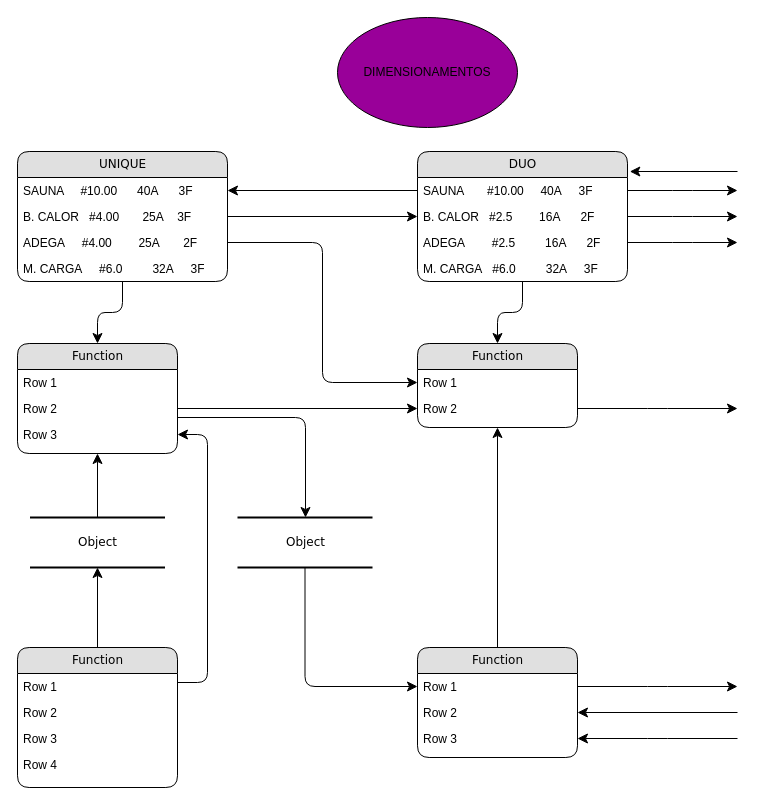
LuizGarcia22/firsttimedream keeps this draw.io diagram as Dimensionamentos.drawio. Above is the earlier version. Source tidied: cells renumbered, new cells numbered last; positions are measured from the earlier drawing's top-left corner, leaving out a move shared by most shapes. Both pictures are drawn from the tidied source at 100%, with x=0, y=0 at pixel (17, 17).
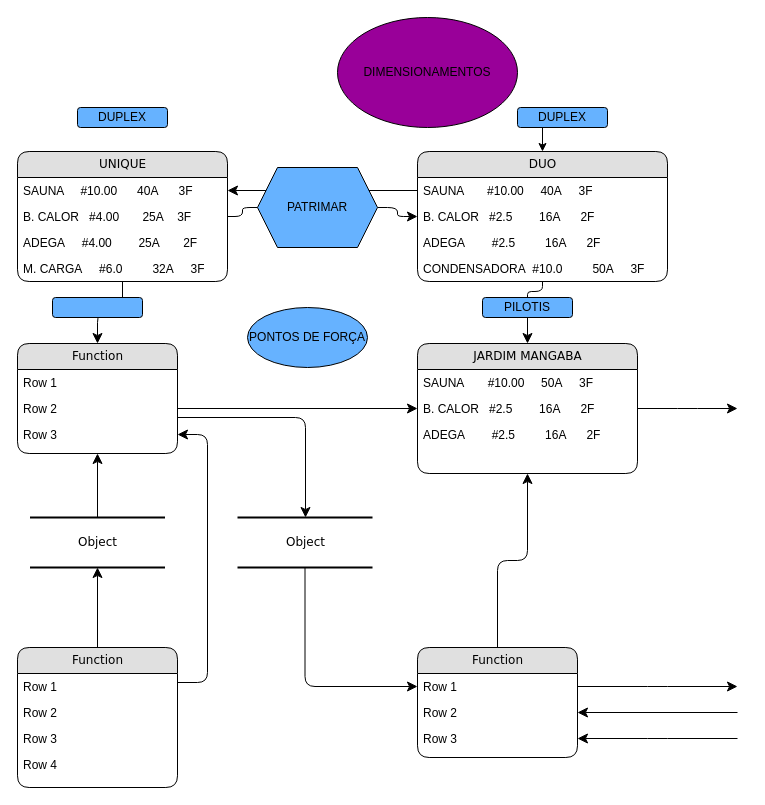
Above is the later version.

The change refers to these unchanged cells:
```xml
<mxCell id="10" value="B. CALOR&lt;span style=&quot;white-space: pre;&quot;&gt; &lt;span style=&quot;white-space: pre;&quot;&gt; &lt;/span&gt; &lt;/span&gt;#4.00&amp;nbsp; &amp;nbsp;&lt;span style=&quot;white-space: pre;&quot;&gt; &lt;/span&gt;&amp;nbsp; &amp;nbsp;25A&amp;nbsp;&lt;span style=&quot;white-space: pre;&quot;&gt;  &lt;span style=&quot;white-space: pre;&quot;&gt; &lt;/span&gt;&lt;/span&gt;3F" style="text;html=1;strokeColor=none;fillColor=none;spacingLeft=4;spacingRight=4;whiteSpace=wrap;overflow=hidden;points=[[0,0.5],[1,0.5]];portConstraint=eastwest;fontColor=#000000;" parent="8" vertex="1">
  <mxGeometry y="52" width="210" height="26" as="geometry" />
</mxCell>
<mxCell id="11" value="ADEGA&amp;nbsp;&lt;span style=&quot;white-space: pre;&quot;&gt; &lt;span style=&quot;white-space: pre;&quot;&gt; &lt;/span&gt;&lt;span style=&quot;white-space: pre;&quot;&gt; &lt;/span&gt;&lt;/span&gt;&lt;span style=&quot;white-space: pre;&quot;&gt; &lt;/span&gt;#4.00&amp;nbsp; &amp;nbsp; &amp;nbsp; &amp;nbsp; 25A&amp;nbsp; &amp;nbsp; &amp;nbsp; &amp;nbsp;2F" style="text;html=1;strokeColor=none;fillColor=none;spacingLeft=4;spacingRight=4;whiteSpace=wrap;overflow=hidden;points=[[0,0.5],[1,0.5]];portConstraint=eastwest;fontColor=#000000;" parent="8" vertex="1">
  <mxGeometry y="78" width="210" height="26" as="geometry" />
</mxCell>
```

Change to the diagram source:
```diff
@@
     <mxCell id="3" value="DUO" style="swimlane;html=1;fontStyle=0;horizontal=1;startSize=26;fillColor=#e0e0e0;swimlaneFillColor=#ffffff;align=center;rounded=1;shadow=0;comic=0;labelBackgroundColor=none;strokeWidth=1;fontFamily=Verdana;fontSize=12;fontColor=#000000;" parent="1" vertex="1">
-      <mxGeometry x="400" y="134" width="210" height="130" as="geometry" />
+      <mxGeometry x="400" y="134" width="250" height="130" as="geometry" />
     </mxCell>
     <mxCell id="4" value="SAUNA&lt;span style=&quot;&quot;&gt; &lt;/span&gt;&amp;nbsp; &amp;nbsp; &amp;nbsp;&lt;span style=&quot;&quot;&gt;&amp;nbsp;&lt;/span&gt;#10.00&amp;nbsp; &amp;nbsp; &amp;nbsp;40A&amp;nbsp;&lt;span style=&quot;white-space: pre;&quot;&gt; &lt;/span&gt;&amp;nbsp;&amp;nbsp;&lt;span style=&quot;&quot;&gt; &lt;/span&gt;3F" style="text;html=1;strokeColor=none;fillColor=none;spacingLeft=4;spacingRight=4;whiteSpace=wrap;overflow=hidden;points=[[0,0.5],[1,0.5]];portConstraint=eastwest;fontColor=#000000;" parent="3" vertex="1">
-      <mxGeometry y="26" width="210" height="26" as="geometry" />
+      <mxGeometry y="26" width="250" height="26" as="geometry" />
     </mxCell>
     <mxCell id="5" value="B. CALOR&amp;nbsp; &amp;nbsp;#2.5&amp;nbsp; &amp;nbsp; &amp;nbsp; &amp;nbsp; 16A&lt;span style=&quot;&quot;&gt;&amp;nbsp; &amp;nbsp; &amp;nbsp; 2&lt;/span&gt;F" style="text;html=1;strokeColor=none;fillColor=none;spacingLeft=4;spacingRight=4;whiteSpace=wrap;overflow=hidden;points=[[0,0.5],[1,0.5]];portConstraint=eastwest;fontColor=#000000;" parent="3" vertex="1">
-      <mxGeometry y="52" width="210" height="26" as="geometry" />
+      <mxGeometry y="52" width="250" height="26" as="geometry" />
     </mxCell>
     <mxCell id="6" value="ADEGA&amp;nbsp;&lt;span style=&quot;&quot;&gt;&amp;nbsp; &amp;nbsp; &amp;nbsp; &amp;nbsp;&lt;/span&gt;&lt;span style=&quot;&quot;&gt;&lt;/span&gt;#2.5&amp;nbsp; &amp;nbsp; &amp;nbsp; &amp;nbsp; &amp;nbsp;16A&amp;nbsp; &amp;nbsp; &amp;nbsp; 2F" style="text;html=1;strokeColor=none;fillColor=none;spacingLeft=4;spacingRight=4;whiteSpace=wrap;overflow=hidden;points=[[0,0.5],[1,0.5]];portConstraint=eastwest;fontColor=#000000;" parent="3" vertex="1">
-      <mxGeometry y="78" width="210" height="26" as="geometry" />
+      <mxGeometry y="78" width="250" height="26" as="geometry" />
     </mxCell>
-    <mxCell id="7" value="M. CARGA&amp;nbsp;&amp;nbsp;&lt;span style=&quot;&quot;&gt; &lt;/span&gt;#6.0&amp;nbsp; &amp;nbsp; &amp;nbsp; &amp;nbsp; &amp;nbsp;32A&amp;nbsp; &amp;nbsp; &amp;nbsp;3F" style="text;html=1;strokeColor=none;fillColor=none;spacingLeft=4;spacingRight=4;whiteSpace=wrap;overflow=hidden;fontColor=#000000;" parent="3" vertex="1">
-      <mxGeometry y="104" width="210" height="26" as="geometry" />
+    <mxCell id="7" value="CONDENSADORA&amp;nbsp;&lt;span style=&quot;&quot;&gt; &lt;/span&gt;#10.0&amp;nbsp; &amp;nbsp; &amp;nbsp; &amp;nbsp; &amp;nbsp;50A&amp;nbsp; &amp;nbsp; &amp;nbsp;3F" style="text;html=1;strokeColor=none;fillColor=none;spacingLeft=4;spacingRight=4;whiteSpace=wrap;overflow=hidden;fontColor=#000000;" parent="3" vertex="1">
+      <mxGeometry y="104" width="250" height="26" as="geometry" />
     </mxCell>
@@
-    <mxCell id="22" value="Function" style="swimlane;html=1;fontStyle=0;horizontal=1;startSize=26;fillColor=#e0e0e0;swimlaneFillColor=#ffffff;align=center;rounded=1;shadow=0;comic=0;labelBackgroundColor=none;strokeWidth=1;fontFamily=Verdana;fontSize=12;fontColor=#000000;" parent="1" vertex="1">
-      <mxGeometry x="400" y="326" width="160" height="84" as="geometry" />
+    <mxCell id="22" value="JARDIM MANGABA" style="swimlane;html=1;fontStyle=0;horizontal=1;startSize=26;fillColor=#e0e0e0;swimlaneFillColor=#ffffff;align=center;rounded=1;shadow=0;comic=0;labelBackgroundColor=none;strokeWidth=1;fontFamily=Verdana;fontSize=12;fontColor=#000000;" parent="1" vertex="1">
+      <mxGeometry x="400" y="326" width="220" height="130" as="geometry" />
     </mxCell>
-    <mxCell id="23" value="Row 1" style="text;html=1;strokeColor=none;fillColor=none;spacingLeft=4;spacingRight=4;whiteSpace=wrap;overflow=hidden;points=[[0,0.5],[1,0.5]];portConstraint=eastwest;fontColor=#000000;" parent="22" vertex="1">
-      <mxGeometry y="26" width="160" height="26" as="geometry" />
+    <mxCell id="23" value="SAUNA&amp;nbsp;&amp;nbsp; &amp;nbsp; &amp;nbsp;&amp;nbsp;#10.00&amp;nbsp; &amp;nbsp; &amp;nbsp;50A&amp;nbsp;&lt;span style=&quot;&quot;&gt; &lt;/span&gt;&amp;nbsp;&amp;nbsp;&amp;nbsp;3F" style="text;html=1;strokeColor=none;fillColor=none;spacingLeft=4;spacingRight=4;whiteSpace=wrap;overflow=hidden;points=[[0,0.5],[1,0.5]];portConstraint=eastwest;fontColor=#000000;" parent="22" vertex="1">
+      <mxGeometry y="26" width="220" height="26" as="geometry" />
     </mxCell>
-    <mxCell id="24" value="Row 2" style="text;html=1;strokeColor=none;fillColor=none;spacingLeft=4;spacingRight=4;whiteSpace=wrap;overflow=hidden;points=[[0,0.5],[1,0.5]];portConstraint=eastwest;fontColor=#000000;" parent="22" vertex="1">
-      <mxGeometry y="52" width="160" height="26" as="geometry" />
+    <mxCell id="24" value="B. CALOR&amp;nbsp; &amp;nbsp;#2.5&amp;nbsp; &amp;nbsp; &amp;nbsp; &amp;nbsp; 16A&amp;nbsp; &amp;nbsp; &amp;nbsp; 2F" style="text;html=1;strokeColor=none;fillColor=none;spacingLeft=4;spacingRight=4;whiteSpace=wrap;overflow=hidden;points=[[0,0.5],[1,0.5]];portConstraint=eastwest;fontColor=#000000;" parent="22" vertex="1">
+      <mxGeometry y="52" width="220" height="26" as="geometry" />
     </mxCell>
+    <mxCell id="51" value="ADEGA&amp;nbsp;&amp;nbsp; &amp;nbsp; &amp;nbsp; &amp;nbsp;#2.5&amp;nbsp; &amp;nbsp; &amp;nbsp; &amp;nbsp; &amp;nbsp;16A&amp;nbsp; &amp;nbsp; &amp;nbsp; 2F" style="text;html=1;strokeColor=none;fillColor=none;spacingLeft=4;spacingRight=4;whiteSpace=wrap;overflow=hidden;fontColor=#000000;" parent="22" vertex="1">
+      <mxGeometry y="78" width="220" height="26" as="geometry" />
+    </mxCell>
@@
-    <mxCell id="37" style="edgeStyle=orthogonalEdgeStyle;html=1;labelBackgroundColor=none;startFill=0;startSize=8;endFill=1;endSize=8;fontFamily=Verdana;fontSize=12;fontColor=#000000;" parent="1" edge="1" source="3" target="22">
+    <mxCell id="37" style="edgeStyle=orthogonalEdgeStyle;html=1;labelBackgroundColor=none;startFill=0;startSize=8;endFill=1;endSize=8;fontFamily=Verdana;fontSize=12;fontColor=#000000;startArrow=none;" parent="1" edge="1" source="55" target="22">
       <mxGeometry relative="1" as="geometry" />
     </mxCell>
-    <mxCell id="38" style="edgeStyle=orthogonalEdgeStyle;html=1;entryX=0;entryY=0.5;labelBackgroundColor=none;startFill=0;startSize=8;endFill=1;endSize=8;fontFamily=Verdana;fontSize=12;exitX=1;exitY=0.5;fontColor=#000000;" parent="1" edge="1" source="10" target="5">
+    <mxCell id="38" style="edgeStyle=orthogonalEdgeStyle;html=1;entryX=0;entryY=0.5;labelBackgroundColor=none;startFill=0;startSize=8;endFill=1;endSize=8;fontFamily=Verdana;fontSize=12;exitX=1;exitY=0.5;fontColor=#000000;startArrow=none;" parent="1" edge="1" source="52" target="5">
       <mxGeometry relative="1" as="geometry" />
     </mxCell>
@@
-    <mxCell id="40" style="edgeStyle=orthogonalEdgeStyle;html=1;exitX=1;exitY=0.5;entryX=0;entryY=0.5;labelBackgroundColor=none;startFill=0;startSize=8;endFill=1;endSize=8;fontFamily=Verdana;fontSize=12;fontColor=#000000;" parent="1" edge="1" source="11" target="23">
-      <mxGeometry relative="1" as="geometry" />
-    </mxCell>
@@
-    <mxCell id="46" style="edgeStyle=orthogonalEdgeStyle;html=1;exitX=1;exitY=0.5;labelBackgroundColor=none;startFill=0;startSize=8;endFill=1;endSize=8;fontFamily=Verdana;fontSize=12;fontColor=#000000;" parent="1" edge="1" source="4">
-      <mxGeometry relative="1" as="geometry">
-        <mxPoint x="720" y="173" as="targetPoint" />
-      </mxGeometry>
-    </mxCell>
-    <mxCell id="47" style="edgeStyle=orthogonalEdgeStyle;html=1;exitX=1;exitY=0.5;labelBackgroundColor=none;startFill=0;startSize=8;endFill=1;endSize=8;fontFamily=Verdana;fontSize=12;fontColor=#000000;" parent="1" edge="1" source="5">
-      <mxGeometry relative="1" as="geometry">
-        <mxPoint x="720" y="199" as="targetPoint" />
-      </mxGeometry>
-    </mxCell>
-    <mxCell id="48" style="edgeStyle=orthogonalEdgeStyle;html=1;exitX=1;exitY=0.5;labelBackgroundColor=none;startFill=0;startSize=8;endFill=1;endSize=8;fontFamily=Verdana;fontSize=12;fontColor=#000000;" parent="1" edge="1" source="6">
-      <mxGeometry relative="1" as="geometry">
-        <mxPoint x="720" y="225" as="targetPoint" />
-      </mxGeometry>
-    </mxCell>
-    <mxCell id="49" style="edgeStyle=elbowEdgeStyle;html=1;labelBackgroundColor=none;startFill=0;startSize=8;endFill=1;endSize=8;fontFamily=Verdana;fontSize=12;elbow=vertical;entryX=1.011;entryY=0.152;entryPerimeter=0;fontColor=#000000;" parent="1" edge="1" target="3">
-      <mxGeometry relative="1" as="geometry">
-        <mxPoint x="720" y="154" as="sourcePoint" />
-        <Array as="points">
-          <mxPoint x="650" y="154" />
-        </Array>
-      </mxGeometry>
-    </mxCell>
@@
+    <mxCell id="52" value="PATRIMAR" style="shape=hexagon;perimeter=hexagonPerimeter2;whiteSpace=wrap;html=1;fixedSize=1;fontColor=#000000;fillColor=#66B2FF;" parent="1" vertex="1">
+      <mxGeometry x="240" y="150" width="120" height="80" as="geometry" />
+    </mxCell>
+    <mxCell id="53" style="edgeStyle=orthogonalEdgeStyle;html=1;entryX=0;entryY=0.5;labelBackgroundColor=none;startFill=0;startSize=8;endFill=1;endSize=8;fontFamily=Verdana;fontSize=12;exitX=1;exitY=0.5;fontColor=#000000;endArrow=none;" parent="1" edge="1" source="10" target="52">
+      <mxGeometry relative="1" as="geometry" />
+    </mxCell>
+    <mxCell id="54" style="rounded=1;whiteSpace=wrap;html=1;fontColor=#000000;fillColor=#66B2FF;" parent="1" vertex="1">
+      <mxGeometry x="35" y="280" width="90" height="20" as="geometry" />
+    </mxCell>
+    <mxCell id="55" value="PILOTIS" style="rounded=1;whiteSpace=wrap;html=1;fontColor=#000000;fillColor=#66B2FF;" parent="1" vertex="1">
+      <mxGeometry x="465" y="280" width="90" height="20" as="geometry" />
+    </mxCell>
+    <mxCell id="56" style="edgeStyle=orthogonalEdgeStyle;html=1;labelBackgroundColor=none;startFill=0;startSize=8;endFill=1;endSize=8;fontFamily=Verdana;fontSize=12;fontColor=#000000;endArrow=none;" parent="1" edge="1" source="3" target="55">
+      <mxGeometry relative="1" as="geometry" />
+    </mxCell>
+    <mxCell id="57" style="edgeStyle=orthogonalEdgeStyle;rounded=0;jettySize=auto;html=1;exitX=0.5;exitY=1;exitDx=0;exitDy=0;entryX=0.5;entryY=0;entryDx=0;entryDy=0;fontColor=#000000;" parent="1" edge="1" source="58" target="3">
+      <mxGeometry relative="1" as="geometry" />
+    </mxCell>
+    <mxCell id="58" value="DUPLEX" style="rounded=1;whiteSpace=wrap;html=1;fontColor=#000000;fillColor=#66B2FF;" parent="1" vertex="1">
+      <mxGeometry x="500" y="90" width="90" height="20" as="geometry" />
+    </mxCell>
+    <mxCell id="59" value="DUPLEX" style="rounded=1;whiteSpace=wrap;html=1;fontColor=#000000;fillColor=#66B2FF;" parent="1" vertex="1">
+      <mxGeometry x="60" y="90" width="90" height="20" as="geometry" />
+    </mxCell>
+    <mxCell id="60" value="PONTOS DE FORÇA" style="ellipse;whiteSpace=wrap;html=1;fontColor=#000000;fillColor=#66B2FF;" parent="1" vertex="1">
+      <mxGeometry x="230" y="290" width="120" height="60" as="geometry" />
+    </mxCell>
```
